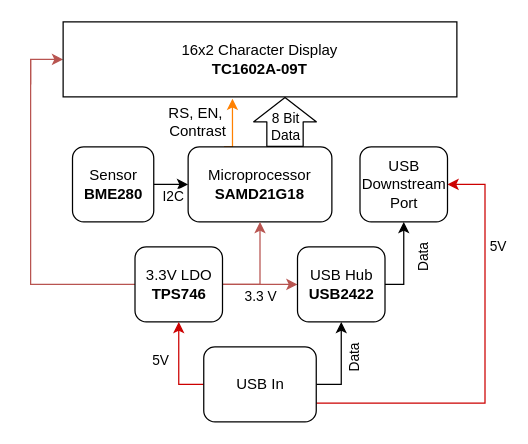
This is Architecture Overview.drawio from amohideen99/Everyday_Clock, a draw.io file, before an edit. Source tidied: cells renumbered, new cells numbered last; positions are measured from the earlier drawing's top-left corner, leaving out a move shared by most shapes. Both pictures are drawn from the tidied source at 125%, with x=0, y=0 at pixel (30, 21).
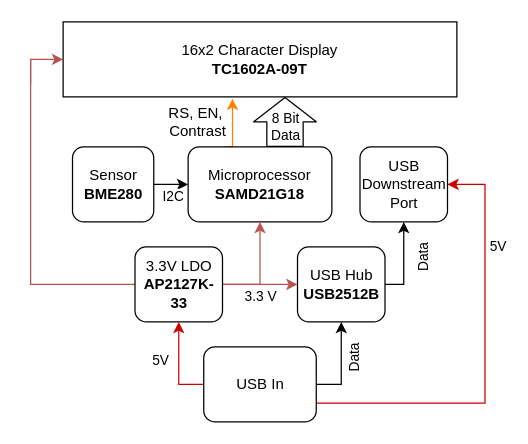
Above is the later version.

Commit message (it also covers changes not shown here):
created KiCad project files. Added project specifc libraries to project folder. Started on schematic.

The edit, as a diff of the source:
```diff
@@
-    <mxCell id="9" value="3.3V LDO&lt;br&gt;&lt;b&gt;TPS746&lt;/b&gt;" style="rounded=1;whiteSpace=wrap;html=1;" parent="1" vertex="1">
+    <mxCell id="9" value="3.3V LDO&lt;br&gt;&lt;b&gt;AP2127K-33&lt;/b&gt;" style="rounded=1;whiteSpace=wrap;html=1;" parent="1" vertex="1">
       <mxGeometry x="83.5" y="180" width="70" height="60" as="geometry" />
     </mxCell>
@@
-    <mxCell id="21" value="USB Hub&lt;br&gt;&lt;b&gt;USB2422&lt;/b&gt;" style="rounded=1;whiteSpace=wrap;html=1;" parent="1" vertex="1">
+    <mxCell id="21" value="USB Hub&lt;br&gt;&lt;b&gt;USB2512B&lt;/b&gt;" style="rounded=1;whiteSpace=wrap;html=1;" parent="1" vertex="1">
       <mxGeometry x="213.5" y="180" width="70" height="60" as="geometry" />
     </mxCell>
```
